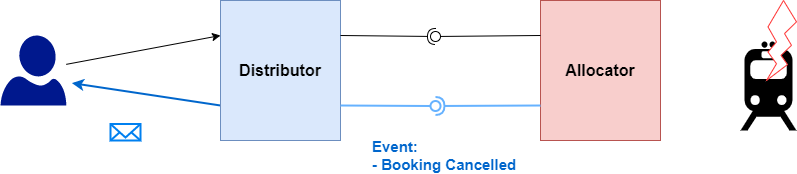
The draw.io diagram images/synchronization-management/synchronization-management.png in UnionInternationalCheminsdeFer/OSDM, before a commit. Source tidied: cells renumbered, new cells last; positions are measured from the earlier drawing's top-left corner, leaving out a move shared by most shapes.
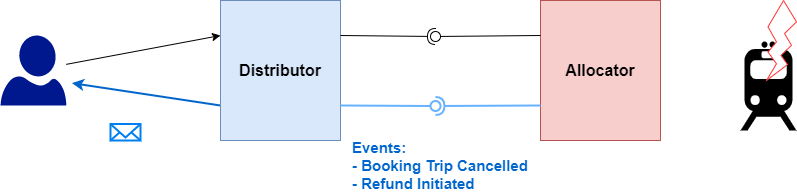
Above is the later version.

Commit message:
update with real events

Diff of the diagram source:
```diff
@@ -26,8 +26,8 @@
     <mxCell id="9" style="ellipse;whiteSpace=wrap;html=1;align=center;points=[];outlineConnect=0;sketch=0;strokeColor=#66B2FF;strokeWidth=2;" parent="1" vertex="1">
       <mxGeometry x="430" y="100.5" width="10" height="10" as="geometry" />
     </mxCell>
-    <mxCell id="10" value="&lt;b style=&quot;font-size: 15px&quot;&gt;&lt;font color=&quot;#0066cc&quot; style=&quot;font-size: 15px&quot;&gt;Event:&lt;br style=&quot;font-size: 15px&quot;&gt;- Booking Cancelled&lt;/font&gt;&lt;/b&gt;" style="rounded=0;whiteSpace=wrap;html=1;strokeColor=none;align=left;fontSize=15;fillColor=none;" parent="1" vertex="1">
-      <mxGeometry x="370" y="140" width="150" height="30" as="geometry" />
+    <mxCell id="10" value="&lt;b style=&quot;font-size: 15px&quot;&gt;&lt;font color=&quot;#0066cc&quot; style=&quot;font-size: 15px&quot;&gt;Events:&lt;br style=&quot;font-size: 15px&quot;&gt;- Booking Trip Cancelled&lt;br&gt;- Refund Initiated&lt;br&gt;&lt;/font&gt;&lt;/b&gt;" style="rounded=0;whiteSpace=wrap;html=1;strokeColor=none;align=left;fontSize=15;fillColor=none;" parent="1" vertex="1">
+      <mxGeometry x="350" y="140" width="180" height="50" as="geometry" />
     </mxCell>
     <mxCell id="11" style="html=1;verticalLabelPosition=bottom;align=center;labelBackgroundColor=#ffffff;verticalAlign=top;strokeWidth=2;strokeColor=#0080F0;shadow=0;dashed=0;shape=mxgraph.ios7.icons.mail;" parent="1" vertex="1">
       <mxGeometry x="110" y="123.5" width="30" height="16.5" as="geometry" />
```
